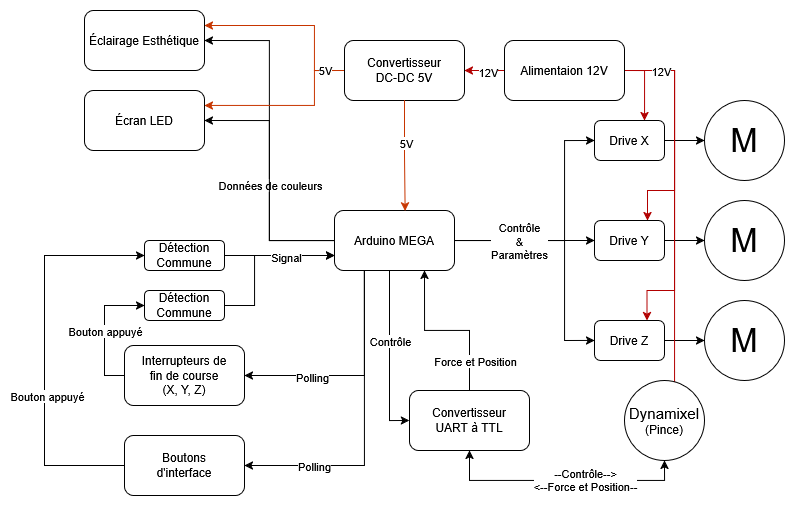
This is GROchet_Bloc_Diagram.drawio.png from GROchet/GROchet_PCB, a draw.io export, as it was before one commit. Source tidied: cells renumbered, new cells last; positions are measured from the earlier drawing's top-left corner, leaving out a move shared by most shapes.
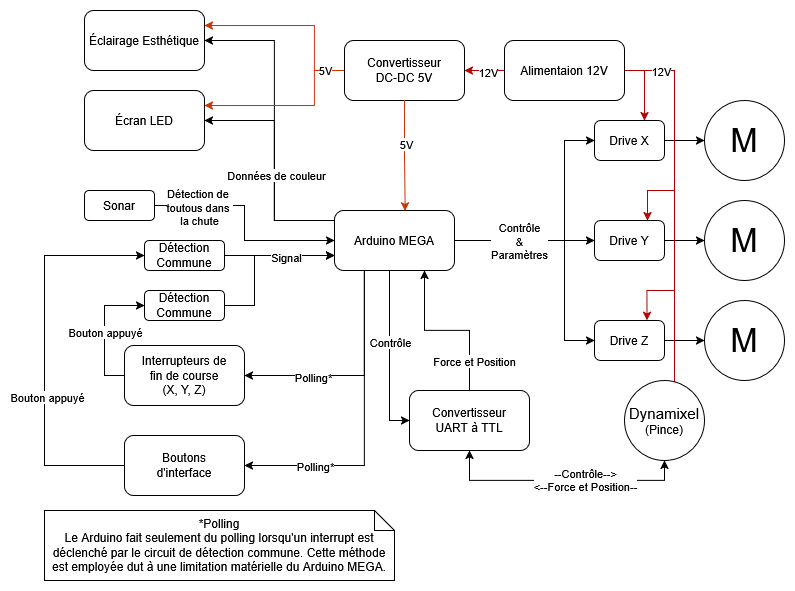
Later version of the same file.

Commit message:
updated bloc diagram

The edit, as a diff of the source:
```diff
@@ -25,16 +25,25 @@
       <mxGeometry x="-0.46" relative="1" as="geometry" />
     </mxCell>
     <mxCell id="6" style="edgeStyle=orthogonalEdgeStyle;rounded=0;jettySize=auto;html=1;entryX=1;entryY=0.5;entryDx=0;entryDy=0;" parent="1" edge="1" source="15" target="37">
-      <mxGeometry relative="1" as="geometry" />
+      <mxGeometry relative="1" as="geometry">
+        <Array as="points">
+          <mxPoint x="230" y="210" />
+          <mxPoint x="230" y="110" />
+        </Array>
+      </mxGeometry>
     </mxCell>
-    <mxCell id="7" value="Données de couleurs" style="edgeLabel;html=1;align=center;verticalAlign=middle;" parent="6" vertex="1">
-      <mxGeometry x="-0.01" y="1" relative="1" as="geometry">
-        <mxPoint x="1" y="4" as="offset" />
-      </mxGeometry>
-    </mxCell>
-    <mxCell id="8" style="edgeStyle=orthogonalEdgeStyle;rounded=0;jettySize=auto;html=1;entryX=1;entryY=0.5;entryDx=0;entryDy=0;" parent="1" edge="1" source="15" target="38">
-      <mxGeometry relative="1" as="geometry" />
-    </mxCell>
+    <mxCell id="58" style="edgeStyle=orthogonalEdgeStyle;rounded=0;jettySize=auto;html=1;entryX=1;entryY=0.5;entryDx=0;entryDy=0;" parent="1" edge="1" target="38">
+      <mxGeometry relative="1" as="geometry">
+        <mxPoint x="290" y="210" as="sourcePoint" />
+        <Array as="points">
+          <mxPoint x="230" y="210" />
+          <mxPoint x="230" y="30" />
+        </Array>
+      </mxGeometry>
+    </mxCell>
+    <mxCell id="59" value="&lt;div&gt;Données de couleur&lt;/div&gt;" style="edgeLabel;html=1;align=center;verticalAlign=middle;" parent="58" vertex="1">
+      <mxGeometry x="-0.32" y="-1" relative="1" as="geometry" />
+    </mxCell>
     <mxCell id="9" style="edgeStyle=orthogonalEdgeStyle;rounded=0;jettySize=auto;html=1;entryX=0;entryY=0.5;entryDx=0;entryDy=0;" parent="1" edge="1" source="15" target="44">
       <mxGeometry relative="1" as="geometry">
         <Array as="points">
@@ -52,15 +61,15 @@
         </Array>
       </mxGeometry>
     </mxCell>
-    <mxCell id="12" value="&lt;div&gt;Polling&lt;/div&gt;" style="edgeLabel;html=1;align=center;verticalAlign=middle;" parent="11" vertex="1">
-      <mxGeometry x="0.4" y="1" relative="1" as="geometry" />
-    </mxCell>
+    <mxCell id="60" value="&lt;div&gt;Polling*&lt;/div&gt;" style="edgeLabel;html=1;align=center;verticalAlign=middle;" parent="11" vertex="1">
+      <mxGeometry x="0.4" y="1" relative="1" as="geometry" />
+    </mxCell>
     <mxCell id="13" style="edgeStyle=orthogonalEdgeStyle;rounded=0;jettySize=auto;html=1;entryX=1;entryY=0.5;entryDx=0;entryDy=0;exitX=0.25;exitY=1;exitDx=0;exitDy=0;" parent="1" edge="1" source="15" target="52">
       <mxGeometry relative="1" as="geometry" />
     </mxCell>
-    <mxCell id="14" value="Polling" style="edgeLabel;html=1;align=center;verticalAlign=middle;" parent="13" vertex="1">
-      <mxGeometry x="0.55" relative="1" as="geometry" />
-    </mxCell>
+    <mxCell id="61" value="Polling*" style="edgeLabel;html=1;align=center;verticalAlign=middle;" parent="13" vertex="1">
+      <mxGeometry x="0.55" relative="1" as="geometry" />
+    </mxCell>
     <mxCell id="15" value="Arduino MEGA" style="rounded=1;whiteSpace=wrap;html=1;" parent="1" vertex="1">
       <mxGeometry x="290" y="200" width="120" height="60" as="geometry" />
     </mxCell>
@@ -155,11 +164,11 @@
         </Array>
       </mxGeometry>
     </mxCell>
-    <mxCell id="35" value="5V" style="edgeLabel;html=1;align=center;verticalAlign=middle;" parent="34" vertex="1">
-      <mxGeometry x="-0.6" y="1" relative="1" as="geometry">
-        <mxPoint x="9" y="-5" as="offset" />
-      </mxGeometry>
-    </mxCell>
+    <mxCell id="62" value="5V" style="edgeLabel;html=1;align=center;verticalAlign=middle;" parent="34" vertex="1">
+      <mxGeometry x="-0.6" y="1" relative="1" as="geometry">
+        <mxPoint x="9" y="-5" as="offset" />
+      </mxGeometry>
+    </mxCell>
     <mxCell id="36" value="&lt;div&gt;Convertisseur&lt;/div&gt;&lt;div&gt;DC-DC 5V&lt;/div&gt;" style="rounded=1;whiteSpace=wrap;html=1;" parent="1" vertex="1">
       <mxGeometry x="300" y="30" width="120" height="60" as="geometry" />
     </mxCell>
@@ -192,17 +201,17 @@
     <mxCell id="45" style="edgeStyle=orthogonalEdgeStyle;rounded=0;jettySize=auto;html=1;entryX=0.589;entryY=0.008;entryDx=0;entryDy=0;entryPerimeter=0;fillColor=#fa6800;strokeColor=#C73500;" parent="1" edge="1" source="36" target="15">
       <mxGeometry relative="1" as="geometry" />
     </mxCell>
-    <mxCell id="46" value="5V" style="edgeLabel;html=1;align=center;verticalAlign=middle;" parent="45" vertex="1">
-      <mxGeometry x="-0.24" y="1" relative="1" as="geometry" />
-    </mxCell>
+    <mxCell id="63" value="5V" style="edgeLabel;html=1;align=center;verticalAlign=middle;" parent="45" vertex="1">
+      <mxGeometry x="-0.24" y="1" relative="1" as="geometry" />
+    </mxCell>
     <mxCell id="47" style="edgeStyle=orthogonalEdgeStyle;rounded=0;jettySize=auto;html=1;entryX=0;entryY=0.5;entryDx=0;entryDy=0;exitX=0;exitY=0.5;exitDx=0;exitDy=0;" parent="1" edge="1" source="49" target="57">
       <mxGeometry relative="1" as="geometry" />
     </mxCell>
-    <mxCell id="48" value="Bouton appuyé" style="edgeLabel;html=1;align=center;verticalAlign=middle;" parent="47" vertex="1">
-      <mxGeometry x="-0.07" relative="1" as="geometry">
-        <mxPoint y="-4" as="offset" />
-      </mxGeometry>
-    </mxCell>
+    <mxCell id="64" value="Bouton appuyé" style="edgeLabel;html=1;align=center;verticalAlign=middle;" parent="47" vertex="1">
+      <mxGeometry x="-0.07" relative="1" as="geometry">
+        <mxPoint y="-4" as="offset" />
+      </mxGeometry>
+    </mxCell>
     <mxCell id="49" value="&lt;div&gt;Interrupteurs de&lt;/div&gt;&lt;div&gt;fin de course&lt;/div&gt;&lt;div&gt;(X, Y, Z)&lt;/div&gt;" style="rounded=1;whiteSpace=wrap;html=1;" parent="1" vertex="1">
       <mxGeometry x="80" y="335" width="120" height="60" as="geometry" />
     </mxCell>
@@ -214,17 +223,17 @@
         </Array>
       </mxGeometry>
     </mxCell>
-    <mxCell id="51" value="Bouton appuyé" style="edgeLabel;html=1;align=center;verticalAlign=middle;" parent="50" vertex="1">
-      <mxGeometry x="-0.24" y="-2" relative="1" as="geometry" />
-    </mxCell>
+    <mxCell id="65" value="Bouton appuyé" style="edgeLabel;html=1;align=center;verticalAlign=middle;" parent="50" vertex="1">
+      <mxGeometry x="-0.24" y="-2" relative="1" as="geometry" />
+    </mxCell>
     <mxCell id="52" value="&lt;div&gt;Boutons&lt;/div&gt;&lt;div&gt;d'interface&lt;/div&gt;" style="rounded=1;whiteSpace=wrap;html=1;" parent="1" vertex="1">
       <mxGeometry x="80" y="425" width="120" height="60" as="geometry" />
     </mxCell>
-    <mxCell id="53" style="edgeStyle=orthogonalEdgeStyle;rounded=0;jettySize=auto;html=1;" parent="1" edge="1" source="54">
-      <mxGeometry relative="1" as="geometry">
-        <mxPoint x="290" y="245" as="targetPoint" />
-      </mxGeometry>
-    </mxCell>
+    <mxCell id="66" style="edgeStyle=orthogonalEdgeStyle;rounded=0;jettySize=auto;html=1;" parent="1" edge="1" source="54">
+      <mxGeometry relative="1" as="geometry">
+        <mxPoint x="290" y="245" as="targetPoint" />
+      </mxGeometry>
+    </mxCell>
     <mxCell id="54" value="Détection Commune" style="rounded=1;whiteSpace=wrap;html=1;" parent="1" vertex="1">
       <mxGeometry x="100" y="230" width="80" height="30" as="geometry" />
     </mxCell>
@@ -242,5 +251,17 @@
     <mxCell id="57" value="Détection Commune" style="rounded=1;whiteSpace=wrap;html=1;" parent="1" vertex="1">
       <mxGeometry x="100" y="280" width="80" height="30" as="geometry" />
     </mxCell>
+    <mxCell id="67" style="edgeStyle=orthogonalEdgeStyle;rounded=0;jettySize=auto;html=1;entryX=0;entryY=0.5;entryDx=0;entryDy=0;" parent="1" edge="1" source="69" target="15">
+      <mxGeometry relative="1" as="geometry" />
+    </mxCell>
+    <mxCell id="68" value="&lt;div&gt;Détection de&amp;nbsp;&lt;/div&gt;&lt;div&gt;toutous dans&amp;nbsp;&lt;/div&gt;&lt;div&gt;la chute&lt;/div&gt;" style="edgeLabel;html=1;align=center;verticalAlign=middle;" parent="67" vertex="1">
+      <mxGeometry x="-0.58" y="-1" relative="1" as="geometry" />
+    </mxCell>
+    <mxCell id="69" value="Sonar" style="rounded=1;whiteSpace=wrap;html=1;" parent="1" vertex="1">
+      <mxGeometry x="40" y="180" width="70" height="30" as="geometry" />
+    </mxCell>
+    <mxCell id="70" value="*Polling&lt;br&gt;Le Arduino fait seulement du polling lorsqu'un interrupt est déclenché par le circuit de détection commune. Cette méthode est employée dut à une limitation matérielle du Arduino MEGA." style="shape=note;size=20;whiteSpace=wrap;html=1;" parent="1" vertex="1">
+      <mxGeometry y="500" width="350" height="70" as="geometry" />
+    </mxCell>
   </root>
 </mxGraphModel>
```
